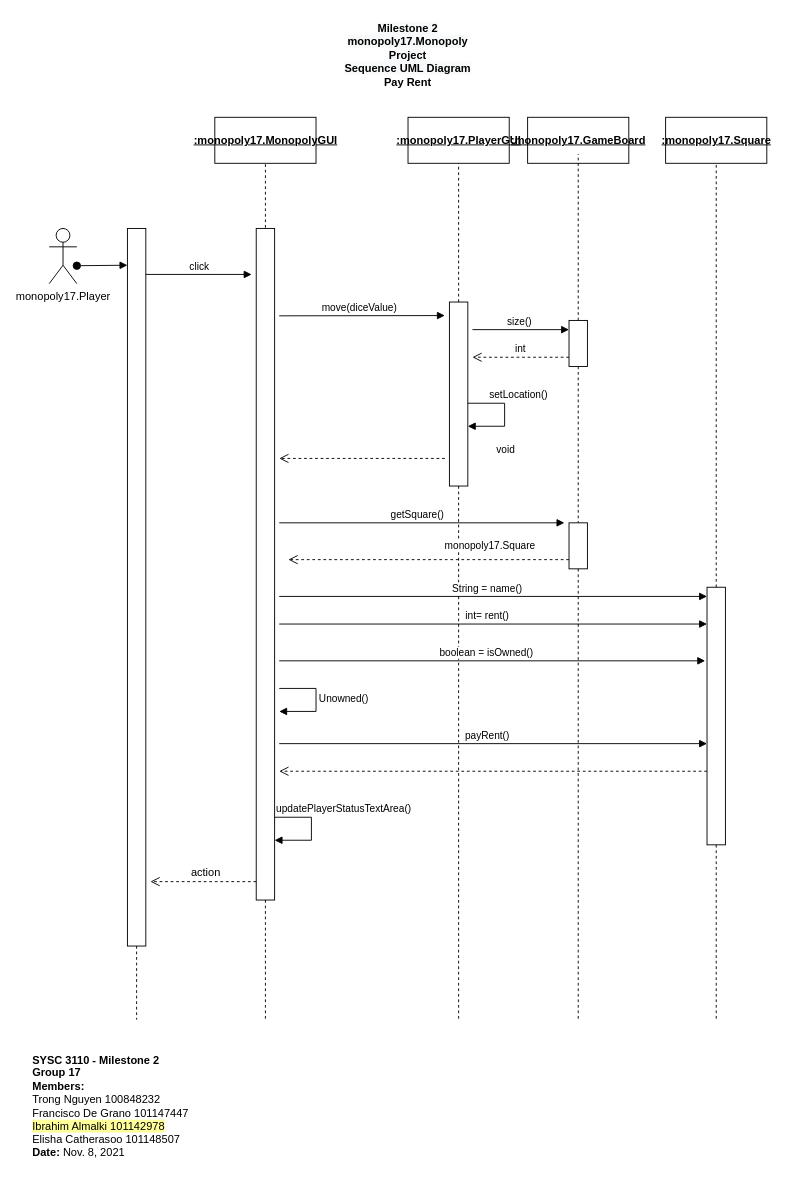
trong0dn/monopoly keeps this draw.io diagram as page "SequenceUML_3" (4 of 5) of M2_ClassUML.drawio. Above is the earlier version. Source tidied: cells renumbered, new cells numbered last; positions are measured from the earlier drawing's top-left corner, leaving out a move shared by most shapes. Both pictures are drawn from the tidied source at 92%, with x=0, y=0 at pixel (30, 16).
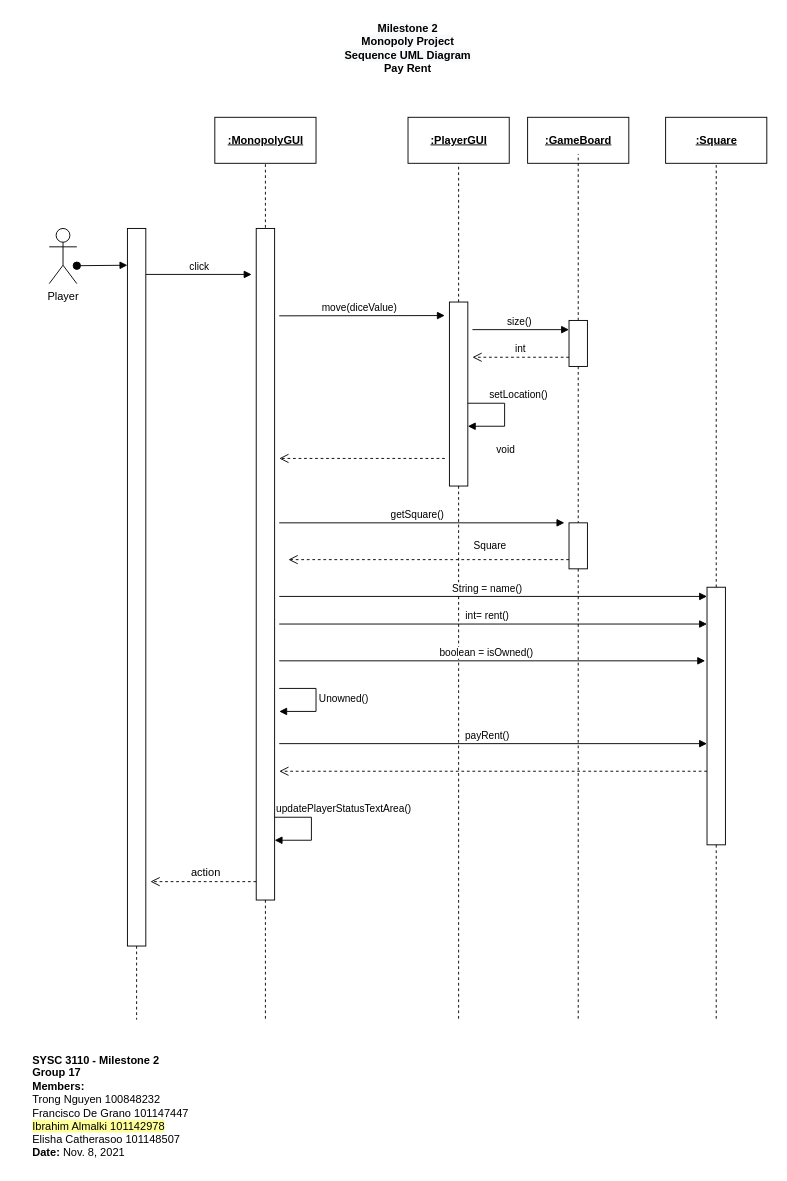
After the change.

The change refers to these unchanged cells:
```xml
<mxCell id="31" style="html=1;verticalAlign=bottom;endArrow=open;dashed=1;endSize=8;rounded=0;" parent="1" edge="1">
  <mxGeometry relative="1" as="geometry">
    <mxPoint x="585" y="590.8" as="sourcePoint" />
    <mxPoint x="280" y="590.8" as="targetPoint" />
  </mxGeometry>
</mxCell>
```

Change to the diagram source:
```diff
@@
-    <mxCell id="3" value="&lt;b style=&quot;color: rgb(0 , 0 , 0) ; font-family: &amp;#34;helvetica&amp;#34; ; font-size: 12px ; font-style: normal ; letter-spacing: normal ; text-indent: 0px ; text-transform: none ; word-spacing: 0px ; background-color: rgb(248 , 249 , 250)&quot;&gt;Milestone 2&lt;br&gt;monopoly17.Monopoly Project&lt;br&gt;Sequence UML Diagram&lt;br&gt;&lt;div&gt;&lt;b&gt;Pay Rent&lt;/b&gt;&lt;/div&gt;&lt;/b&gt;" style="text;whiteSpace=wrap;html=1;align=center;" parent="1" vertex="1">
+    <mxCell id="3" value="&lt;b style=&quot;color: rgb(0 , 0 , 0) ; font-family: &amp;#34;helvetica&amp;#34; ; font-size: 12px ; font-style: normal ; letter-spacing: normal ; text-indent: 0px ; text-transform: none ; word-spacing: 0px ; background-color: rgb(248 , 249 , 250)&quot;&gt;Milestone 2&lt;br&gt;Monopoly Project&lt;br&gt;Sequence UML Diagram&lt;br&gt;&lt;div&gt;&lt;b&gt;Pay Rent&lt;/b&gt;&lt;/div&gt;&lt;/b&gt;" style="text;whiteSpace=wrap;html=1;align=center;" parent="1" vertex="1">
       <mxGeometry x="330" width="160" height="70" as="geometry" />
     </mxCell>
-    <mxCell id="4" value="monopoly17.Player" style="shape=umlActor;verticalLabelPosition=bottom;verticalAlign=top;html=1;" parent="1" vertex="1">
+    <mxCell id="4" value="Player" style="shape=umlActor;verticalLabelPosition=bottom;verticalAlign=top;html=1;" parent="1" vertex="1">
       <mxGeometry x="20" y="230.8" width="30" height="60" as="geometry" />
     </mxCell>
@@
-    <mxCell id="6" value="&lt;b&gt;&lt;u&gt;:monopoly17.MonopolyGUI&lt;/u&gt;&lt;/b&gt;" style="html=1;align=center;" parent="1" vertex="1">
+    <mxCell id="6" value="&lt;b&gt;&lt;u&gt;:MonopolyGUI&lt;/u&gt;&lt;/b&gt;" style="html=1;align=center;" parent="1" vertex="1">
       <mxGeometry x="200" y="110" width="110" height="50" as="geometry" />
     </mxCell>
@@
-    <mxCell id="9" value="&lt;b&gt;&lt;u&gt;:monopoly17.PlayerGUI&lt;/u&gt;&lt;/b&gt;" style="html=1;align=center;" parent="1" vertex="1">
+    <mxCell id="9" value="&lt;b&gt;&lt;u&gt;:PlayerGUI&lt;/u&gt;&lt;/b&gt;" style="html=1;align=center;" parent="1" vertex="1">
       <mxGeometry x="410" y="110" width="110" height="50" as="geometry" />
     </mxCell>
@@
-    <mxCell id="13" value="&lt;b&gt;&lt;u&gt;:monopoly17.GameBoard&lt;/u&gt;&lt;/b&gt;" style="html=1;align=center;" parent="1" vertex="1">
+    <mxCell id="13" value="&lt;b&gt;&lt;u&gt;:GameBoard&lt;/u&gt;&lt;/b&gt;" style="html=1;align=center;" parent="1" vertex="1">
       <mxGeometry x="540" y="110" width="110" height="50" as="geometry" />
     </mxCell>
@@
-    <mxCell id="24" value="&lt;b&gt;&lt;u&gt;:monopoly17.Square&lt;/u&gt;&lt;/b&gt;" style="html=1;align=center;" parent="1" vertex="1">
+    <mxCell id="24" value="&lt;b&gt;&lt;u&gt;:Square&lt;/u&gt;&lt;/b&gt;" style="html=1;align=center;" parent="1" vertex="1">
       <mxGeometry x="690" y="110" width="110" height="50" as="geometry" />
     </mxCell>
@@
-    <mxCell id="32" value="monopoly17.Square" style="edgeLabel;html=1;align=center;verticalAlign=middle;" parent="31" vertex="1">
+    <mxCell id="32" value="Square" style="edgeLabel;html=1;align=center;verticalAlign=middle;" parent="31" vertex="1">
       <mxGeometry x="-0.06" y="-3" relative="1" as="geometry">
         <mxPoint x="56" y="-12" as="offset" />
       </mxGeometry>
     </mxCell>
```
